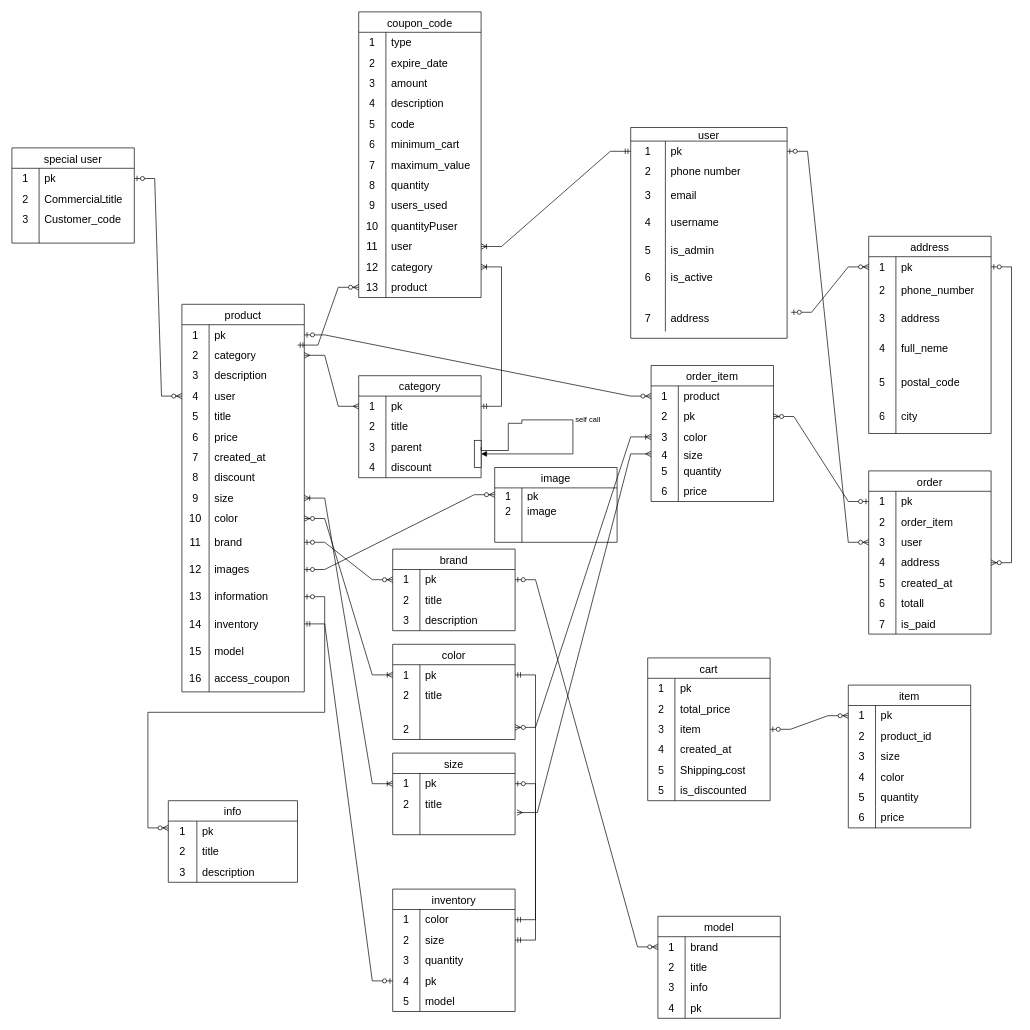
This is shop.drawio from amir1rj/blog, a draw.io file, before an edit. Source tidied: cells renumbered, new cells numbered last; positions are measured from the earlier drawing's top-left corner, leaving out a move shared by most shapes. Both pictures are drawn from the tidied source at 68%, with x=0, y=0 at pixel (-281, 12).
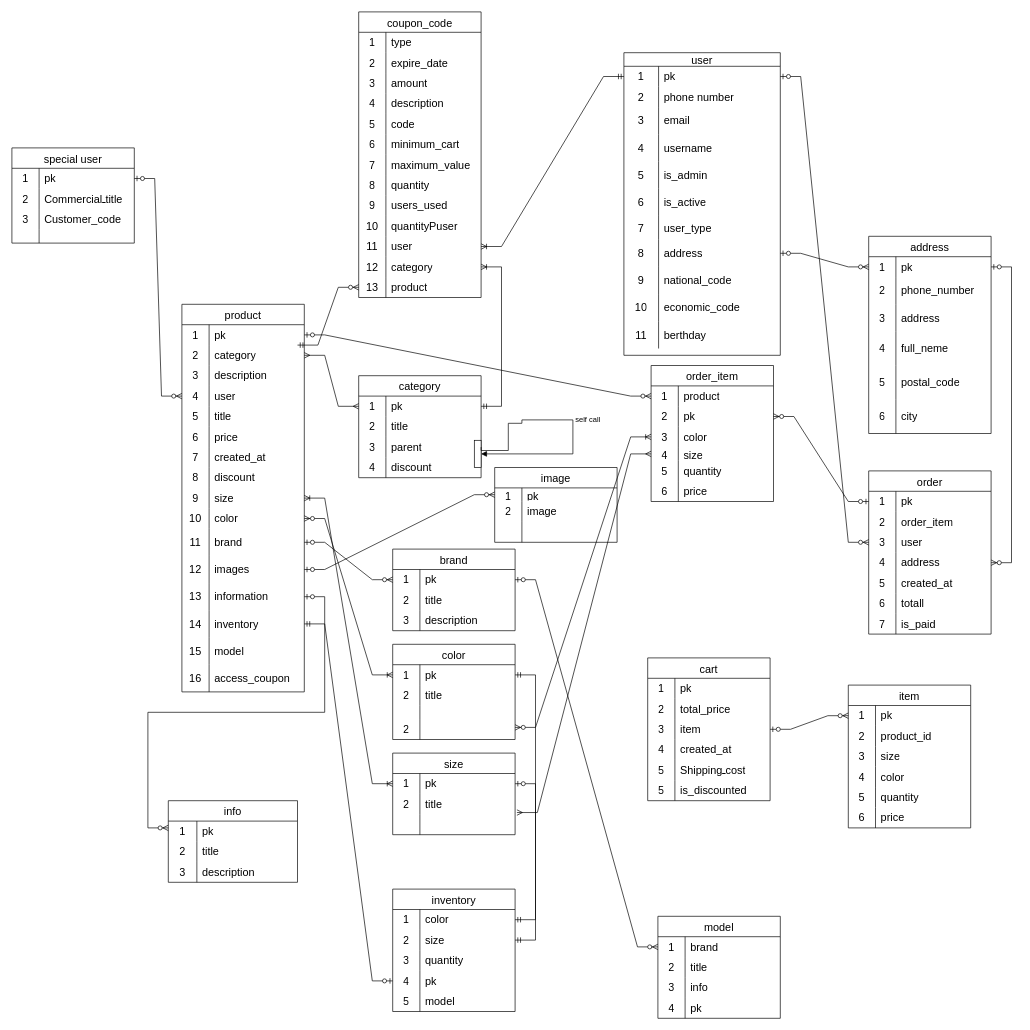
Above is the later version.

Unchanged cells that the change refers to:
```xml
<mxCell id="106" style="shape=tableRow;horizontal=0;startSize=0;swimlaneHead=0;swimlaneBody=0;top=0;left=0;bottom=0;right=0;fillColor=none;points=[[0,0.5],[1,0.5]];portConstraint=eastwest;strokeColor=inherit;fontSize=16;" parent="105" vertex="1">
  <mxGeometry y="30" width="180" height="30" as="geometry" />
</mxCell>
```

What changed in the source:
```diff
@@
     <mxCell id="2" value="user" style="shape=table;startSize=20;childLayout=tableLayout;rowLines=0;fontStyle=0;strokeColor=default;fontSize=16;" parent="1" vertex="1">
-      <mxGeometry x="1340" y="170" width="230" height="310" as="geometry" />
+      <mxGeometry x="1330" y="60" width="230" height="445" as="geometry" />
     </mxCell>
@@
     <mxCell id="21" style="shape=tableRow;horizontal=0;startSize=0;swimlaneHead=0;swimlaneBody=0;top=0;left=0;bottom=0;right=0;fillColor=none;strokeColor=inherit;fontSize=16;" parent="2" vertex="1">
-      <mxGeometry y="240" width="230" height="20" as="geometry" />
+      <mxGeometry y="240" width="230" height="35" as="geometry" />
     </mxCell>
-    <mxCell id="22" style="shape=partialRectangle;html=1;whiteSpace=wrap;fillColor=none;top=0;left=0;bottom=0;right=0;overflow=hidden;strokeColor=inherit;fontSize=16;" parent="21" vertex="1">
-      <mxGeometry width="51" height="20" as="geometry" />
+    <mxCell id="22" value="7" style="shape=partialRectangle;html=1;whiteSpace=wrap;fillColor=none;top=0;left=0;bottom=0;right=0;overflow=hidden;strokeColor=inherit;fontSize=16;" parent="21" vertex="1">
+      <mxGeometry width="51" height="35" as="geometry" />
     </mxCell>
-    <mxCell id="23" style="shape=partialRectangle;html=1;whiteSpace=wrap;fillColor=none;top=0;left=0;bottom=0;right=0;align=left;spacingLeft=6;overflow=hidden;strokeColor=inherit;fontSize=16;" parent="21" vertex="1">
-      <mxGeometry x="51" width="179" height="20" as="geometry" />
+    <mxCell id="23" value="user_type" style="shape=partialRectangle;html=1;whiteSpace=wrap;fillColor=none;top=0;left=0;bottom=0;right=0;align=left;spacingLeft=6;overflow=hidden;strokeColor=inherit;fontSize=16;" parent="21" vertex="1">
+      <mxGeometry x="51" width="179" height="35" as="geometry" />
     </mxCell>
     <mxCell id="24" style="shape=tableRow;horizontal=0;startSize=0;swimlaneHead=0;swimlaneBody=0;top=0;left=0;bottom=0;right=0;fillColor=none;points=[[0,0.5],[1,0.5]];portConstraint=eastwest;strokeColor=inherit;fontSize=16;" parent="2" vertex="1">
-      <mxGeometry y="260" width="230" height="40" as="geometry" />
+      <mxGeometry y="275" width="230" height="40" as="geometry" />
     </mxCell>
-    <mxCell id="25" value="7" style="shape=partialRectangle;html=1;whiteSpace=wrap;fillColor=none;top=0;left=0;bottom=0;right=0;overflow=hidden;strokeColor=inherit;fontSize=16;" parent="24" vertex="1">
+    <mxCell id="25" value="8" style="shape=partialRectangle;html=1;whiteSpace=wrap;fillColor=none;top=0;left=0;bottom=0;right=0;overflow=hidden;strokeColor=inherit;fontSize=16;" parent="24" vertex="1">
       <mxGeometry width="51" height="40" as="geometry" />
     </mxCell>
@@
+    <mxCell id="346" style="shape=tableRow;horizontal=0;startSize=0;swimlaneHead=0;swimlaneBody=0;top=0;left=0;bottom=0;right=0;fillColor=none;strokeColor=inherit;fontSize=16;" parent="2" vertex="1">
+      <mxGeometry y="315" width="230" height="40" as="geometry" />
+    </mxCell>
+    <mxCell id="347" value="9" style="shape=partialRectangle;html=1;whiteSpace=wrap;fillColor=none;top=0;left=0;bottom=0;right=0;overflow=hidden;strokeColor=inherit;fontSize=16;" parent="346" vertex="1">
+      <mxGeometry width="51" height="40" as="geometry" />
+    </mxCell>
+    <mxCell id="348" value="national_code" style="shape=partialRectangle;html=1;whiteSpace=wrap;fillColor=none;top=0;left=0;bottom=0;right=0;align=left;spacingLeft=6;overflow=hidden;strokeColor=inherit;fontSize=16;" parent="346" vertex="1">
+      <mxGeometry x="51" width="179" height="40" as="geometry" />
+    </mxCell>
+    <mxCell id="349" style="shape=tableRow;horizontal=0;startSize=0;swimlaneHead=0;swimlaneBody=0;top=0;left=0;bottom=0;right=0;fillColor=none;strokeColor=inherit;fontSize=16;" parent="2" vertex="1">
+      <mxGeometry y="355" width="230" height="40" as="geometry" />
+    </mxCell>
+    <mxCell id="350" value="10" style="shape=partialRectangle;html=1;whiteSpace=wrap;fillColor=none;top=0;left=0;bottom=0;right=0;overflow=hidden;strokeColor=inherit;fontSize=16;" parent="349" vertex="1">
+      <mxGeometry width="51" height="40" as="geometry" />
+    </mxCell>
+    <mxCell id="351" value="economic_code" style="shape=partialRectangle;html=1;whiteSpace=wrap;fillColor=none;top=0;left=0;bottom=0;right=0;align=left;spacingLeft=6;overflow=hidden;strokeColor=inherit;fontSize=16;" parent="349" vertex="1">
+      <mxGeometry x="51" width="179" height="40" as="geometry" />
+    </mxCell>
+    <mxCell id="352" style="shape=tableRow;horizontal=0;startSize=0;swimlaneHead=0;swimlaneBody=0;top=0;left=0;bottom=0;right=0;fillColor=none;strokeColor=inherit;fontSize=16;" parent="2" vertex="1">
+      <mxGeometry y="395" width="230" height="40" as="geometry" />
+    </mxCell>
+    <mxCell id="353" value="11" style="shape=partialRectangle;html=1;whiteSpace=wrap;fillColor=none;top=0;left=0;bottom=0;right=0;overflow=hidden;strokeColor=inherit;fontSize=16;" parent="352" vertex="1">
+      <mxGeometry width="51" height="40" as="geometry" />
+    </mxCell>
+    <mxCell id="354" value="berthday" style="shape=partialRectangle;html=1;whiteSpace=wrap;fillColor=none;top=0;left=0;bottom=0;right=0;align=left;spacingLeft=6;overflow=hidden;strokeColor=inherit;fontSize=16;" parent="352" vertex="1">
+      <mxGeometry x="51" width="179" height="40" as="geometry" />
+    </mxCell>
@@
-    <mxCell id="124" style="edgeStyle=entityRelationEdgeStyle;fontSize=12;html=1;endArrow=ERzeroToMany;startArrow=ERzeroToOne;rounded=0;exitX=1.026;exitY=0.293;exitDx=0;exitDy=0;entryX=0;entryY=0.5;entryDx=0;entryDy=0;exitPerimeter=0;" parent="1" edge="1" source="24" target="106">
+    <mxCell id="124" style="edgeStyle=entityRelationEdgeStyle;fontSize=12;html=1;endArrow=ERzeroToMany;startArrow=ERzeroToOne;rounded=0;exitX=1;exitY=0.5;exitDx=0;exitDy=0;entryX=0;entryY=0.5;entryDx=0;entryDy=0;" parent="1" edge="1" source="24" target="106">
       <mxGeometry relative="1" as="geometry" />
     </mxCell>
```
